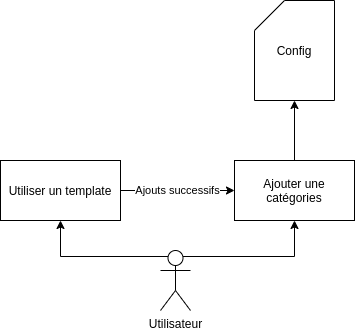
Before: pictures/diag_template.png, a diagram exported from draw.io (clementvtrd/rapport-stage-master). Source tidied: cells renumbered, new cells last; positions are measured from the earlier drawing's top-left corner, leaving out a move shared by most shapes. The source it was exported from:
```xml
<mxGraphModel>
  <root>
    <mxCell id="0" />
    <mxCell id="1" parent="0" />
    <mxCell id="2" style="edgeStyle=orthogonalEdgeStyle;rounded=0;jettySize=auto;html=1;" parent="1" edge="1" source="3" target="4">
      <mxGeometry relative="1" as="geometry" />
    </mxCell>
    <mxCell id="3" value="Ajouter une catégories" style="rounded=0;whiteSpace=wrap;html=1;" parent="1" vertex="1">
      <mxGeometry x="234" y="160" width="120" height="60" as="geometry" />
    </mxCell>
    <mxCell id="4" value="Config" style="shape=card;whiteSpace=wrap;html=1;" parent="1" vertex="1">
      <mxGeometry x="254" width="80" height="100" as="geometry" />
    </mxCell>
    <mxCell id="5" style="edgeStyle=orthogonalEdgeStyle;rounded=0;jettySize=auto;html=1;entryX=0.5;entryY=1;entryDx=0;entryDy=0;exitX=0.75;exitY=0.1;exitDx=0;exitDy=0;exitPerimeter=0;" parent="1" edge="1" source="7" target="3">
      <mxGeometry relative="1" as="geometry" />
    </mxCell>
    <mxCell id="6" style="edgeStyle=orthogonalEdgeStyle;rounded=0;jettySize=auto;html=1;entryX=0.5;entryY=1;entryDx=0;entryDy=0;exitX=0.25;exitY=0.1;exitDx=0;exitDy=0;exitPerimeter=0;" parent="1" edge="1" source="7" target="8">
      <mxGeometry relative="1" as="geometry" />
    </mxCell>
    <mxCell id="7" value="Utilisateur" style="shape=umlActor;verticalLabelPosition=bottom;verticalAlign=top;html=1;outlineConnect=0;" parent="1" vertex="1">
      <mxGeometry x="160" y="250" width="30" height="60" as="geometry" />
    </mxCell>
    <mxCell id="8" value="Utiliser un template" style="rounded=0;whiteSpace=wrap;html=1;" parent="1" vertex="1">
      <mxGeometry y="160" width="120" height="60" as="geometry" />
    </mxCell>
    <mxCell id="9" value="Ajouts successifs" style="endArrow=classic;html=1;exitX=1;exitY=0.5;exitDx=0;exitDy=0;entryX=0;entryY=0.5;entryDx=0;entryDy=0;" parent="1" edge="1" source="8" target="3">
      <mxGeometry relative="1" as="geometry" />
    </mxCell>
  </root>
</mxGraphModel>
```
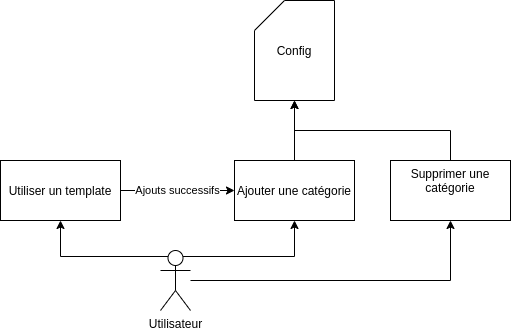
The same file after the commit.

The edit, as a diff of the source:
```diff
@@ -5,7 +5,7 @@
     <mxCell id="2" style="edgeStyle=orthogonalEdgeStyle;rounded=0;jettySize=auto;html=1;" parent="1" edge="1" source="3" target="4">
       <mxGeometry relative="1" as="geometry" />
     </mxCell>
-    <mxCell id="3" value="Ajouter une catégories" style="rounded=0;whiteSpace=wrap;html=1;" parent="1" vertex="1">
+    <mxCell id="3" value="Ajouter une catégorie" style="rounded=0;whiteSpace=wrap;html=1;" parent="1" vertex="1">
       <mxGeometry x="234" y="160" width="120" height="60" as="geometry" />
     </mxCell>
     <mxCell id="4" value="Config" style="shape=card;whiteSpace=wrap;html=1;" parent="1" vertex="1">
@@ -17,6 +17,9 @@
     <mxCell id="6" style="edgeStyle=orthogonalEdgeStyle;rounded=0;jettySize=auto;html=1;entryX=0.5;entryY=1;entryDx=0;entryDy=0;exitX=0.25;exitY=0.1;exitDx=0;exitDy=0;exitPerimeter=0;" parent="1" edge="1" source="7" target="8">
       <mxGeometry relative="1" as="geometry" />
     </mxCell>
+    <mxCell id="10" style="edgeStyle=orthogonalEdgeStyle;rounded=0;jettySize=auto;html=1;" parent="1" edge="1" source="7" target="12">
+      <mxGeometry relative="1" as="geometry" />
+    </mxCell>
     <mxCell id="7" value="Utilisateur" style="shape=umlActor;verticalLabelPosition=bottom;verticalAlign=top;html=1;outlineConnect=0;" parent="1" vertex="1">
       <mxGeometry x="160" y="250" width="30" height="60" as="geometry" />
     </mxCell>
@@ -26,5 +29,11 @@
     <mxCell id="9" value="Ajouts successifs" style="endArrow=classic;html=1;exitX=1;exitY=0.5;exitDx=0;exitDy=0;entryX=0;entryY=0.5;entryDx=0;entryDy=0;" parent="1" edge="1" source="8" target="3">
       <mxGeometry relative="1" as="geometry" />
     </mxCell>
+    <mxCell id="11" style="edgeStyle=orthogonalEdgeStyle;rounded=0;jettySize=auto;html=1;entryX=0.5;entryY=1;entryDx=0;entryDy=0;entryPerimeter=0;exitX=0.5;exitY=0;exitDx=0;exitDy=0;" parent="1" edge="1" source="12" target="4">
+      <mxGeometry relative="1" as="geometry" />
+    </mxCell>
+    <mxCell id="12" value="Supprimer une catégorie" style="whiteSpace=wrap;html=1;verticalAlign=top;" parent="1" vertex="1">
+      <mxGeometry x="390" y="160" width="120" height="60" as="geometry" />
+    </mxCell>
   </root>
 </mxGraphModel>
```
